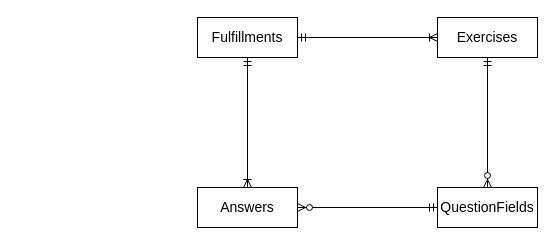
Before: docs/sources/mcd.drawio in CPNV-ES/DDQ-Exercise-Looper, a draw.io diagram. Source tidied: cells renumbered, new cells numbered last; positions are measured from the earlier drawing's top-left corner, leaving out a move shared by most shapes. Both pictures are drawn from the tidied source at 100%, with x=0, y=0 at pixel (197, 17).
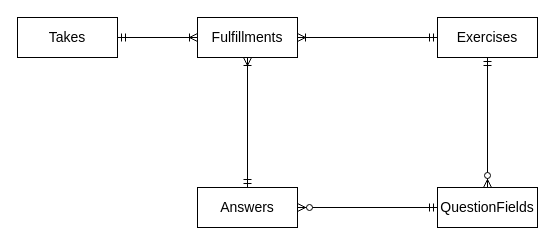
After the change.

Commit message:
Have an updated mcd

Change to the diagram source:
```diff
@@
 <mxGraphModel>
   <root>
     <mxCell id="0" />
     <mxCell id="1" parent="0" />
     <mxCell id="2" value="Exercises" style="whiteSpace=wrap;html=1;align=center;strokeWidth=1;fontSize=14;" parent="1" vertex="1">
       <mxGeometry x="240" width="100" height="40" as="geometry" />
     </mxCell>
     <mxCell id="3" value="QuestionFields" style="whiteSpace=wrap;html=1;align=center;strokeWidth=1;fontSize=14;" parent="1" vertex="1">
       <mxGeometry x="240" y="170" width="100" height="40" as="geometry" />
     </mxCell>
     <mxCell id="4" style="fontSize=12;html=1;endArrow=ERzeroToMany;startArrow=ERmandOne;exitX=0.5;exitY=1;exitDx=0;exitDy=0;entryX=0.5;entryY=0;entryDx=0;entryDy=0;" parent="1" edge="1" source="2" target="3">
       <mxGeometry relative="1" as="geometry" />
     </mxCell>
     <mxCell id="5" value="Answers" style="whiteSpace=wrap;html=1;align=center;strokeWidth=1;fontSize=14;" parent="1" vertex="1">
       <mxGeometry y="170" width="100" height="40" as="geometry" />
     </mxCell>
     <mxCell id="6" style="fontSize=12;html=1;endArrow=ERzeroToMany;startArrow=ERmandOne;exitX=0;exitY=0.5;exitDx=0;exitDy=0;entryX=1;entryY=0.5;entryDx=0;entryDy=0;" parent="1" edge="1" source="3" target="5">
       <mxGeometry relative="1" as="geometry" />
     </mxCell>
     <mxCell id="7" value="Fulfillments" style="whiteSpace=wrap;html=1;align=center;strokeWidth=1;fontSize=14;" parent="1" vertex="1">
       <mxGeometry width="100" height="40" as="geometry" />
     </mxCell>
-    <mxCell id="8" style="fontSize=12;html=1;endArrow=ERoneToMany;startArrow=ERmandOne;exitX=0.5;exitY=1;exitDx=0;exitDy=0;entryX=0.5;entryY=0;entryDx=0;entryDy=0;" parent="1" edge="1" source="7" target="5">
+    <mxCell id="8" style="fontSize=12;html=1;endArrow=ERoneToMany;startArrow=ERmandOne;entryX=0.5;entryY=1;entryDx=0;entryDy=0;exitX=0.5;exitY=0;exitDx=0;exitDy=0;" parent="1" edge="1" source="5" target="7">
       <mxGeometry relative="1" as="geometry" />
     </mxCell>
-    <mxCell id="9" style="fontSize=12;html=1;endArrow=ERoneToMany;startArrow=ERmandOne;exitX=1;exitY=0.5;exitDx=0;exitDy=0;entryX=0;entryY=0.5;entryDx=0;entryDy=0;" parent="1" edge="1" source="7" target="2">
+    <mxCell id="9" style="fontSize=12;html=1;endArrow=ERoneToMany;startArrow=ERmandOne;exitX=0;exitY=0.5;exitDx=0;exitDy=0;entryX=1;entryY=0.5;entryDx=0;entryDy=0;" parent="1" edge="1" source="2" target="7">
       <mxGeometry relative="1" as="geometry" />
     </mxCell>
+    <mxCell id="10" value="Takes" style="whiteSpace=wrap;html=1;align=center;strokeWidth=1;fontSize=14;" parent="1" vertex="1">
+      <mxGeometry x="-180" width="100" height="40" as="geometry" />
+    </mxCell>
+    <mxCell id="11" style="fontSize=12;html=1;endArrow=ERoneToMany;startArrow=ERmandOne;exitX=1;exitY=0.5;exitDx=0;exitDy=0;entryX=0;entryY=0.5;entryDx=0;entryDy=0;" parent="1" edge="1" source="10" target="7">
+      <mxGeometry relative="1" as="geometry" />
+    </mxCell>
   </root>
 </mxGraphModel>
```
